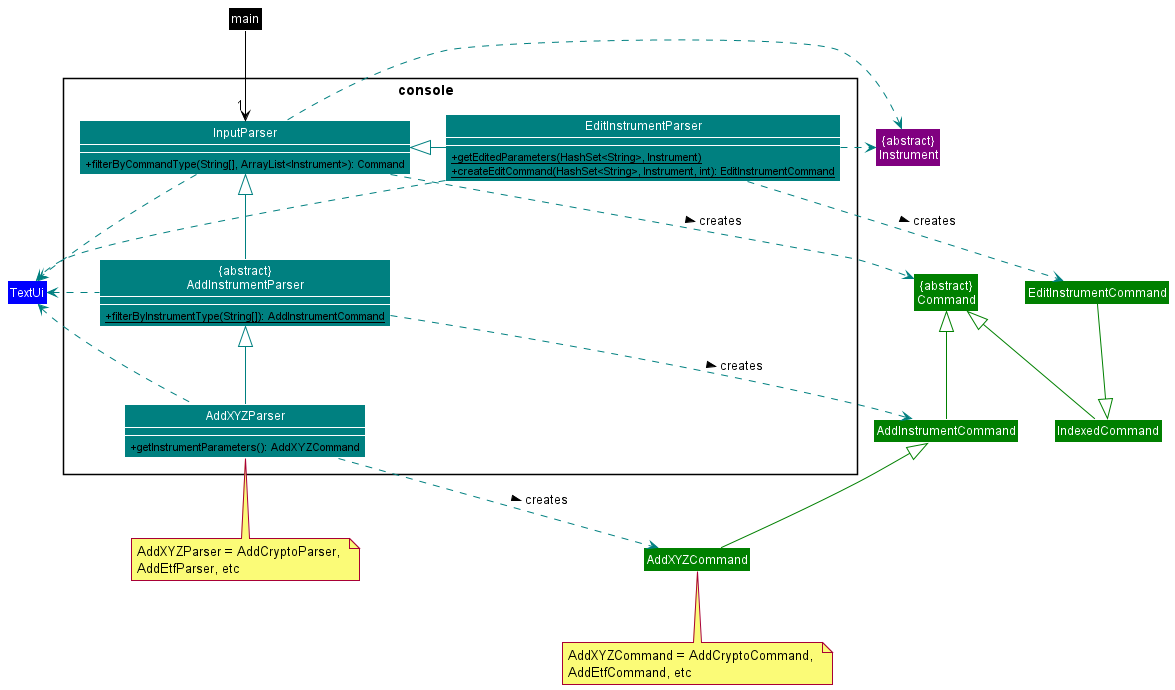
Above: docs/images/ConsoleDiagram.png in williamlamjy/mTracker (PlantUML), before the change.
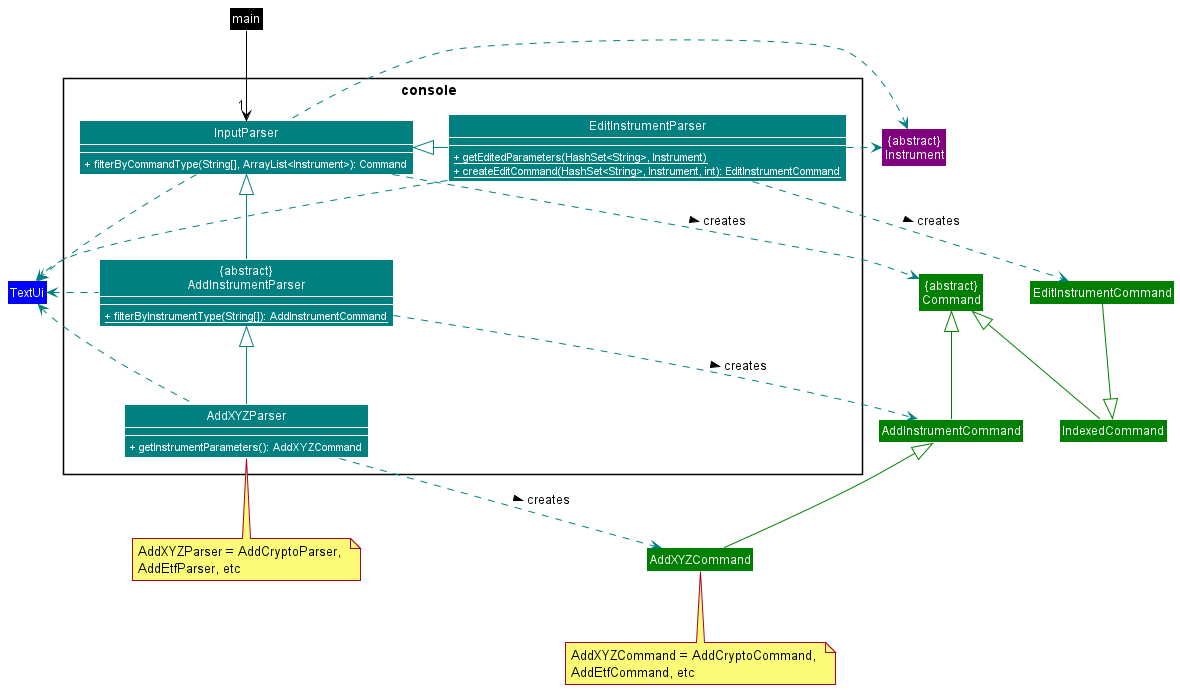
Above is the later version.

Diff of the diagram source:
```diff
@@ -5,17 +5,17 @@
 
 Package "console                 "<<Rectangle>>{
     Class InputParser COLOR_CONSOLE {
-        + filterByCommandType(String[], ArrayList<Instrument>): Command
+        <color:WHITE>+ filterByCommandType(String[], ArrayList<Instrument>): Command</color>
     }
     Class "{abstract}\nAddInstrumentParser" as AddInstrumentParser COLOR_CONSOLE {
-        + {static} filterByInstrumentType(String[]): AddInstrumentCommand
+        <color:WHITE>+ {static} filterByInstrumentType(String[]): AddInstrumentCommand</color>
     }
     Class AddXYZParser COLOR_CONSOLE {
-        + getInstrumentParameters(): AddXYZCommand
+        <color:WHITE>+ getInstrumentParameters(): AddXYZCommand</color>
     }
     Class EditInstrumentParser COLOR_CONSOLE {
-        + {static} getEditedParameters(HashSet<String>, Instrument)
-        + {static} createEditCommand(HashSet<String>, Instrument, int): EditInstrumentCommand
+        <color:WHITE>+ {static} getEditedParameters(HashSet<String>, Instrument)</color>
+        <color:WHITE>+ {static} createEditCommand(HashSet<String>, Instrument, int): EditInstrumentCommand</color>
     }
 }
 
```
